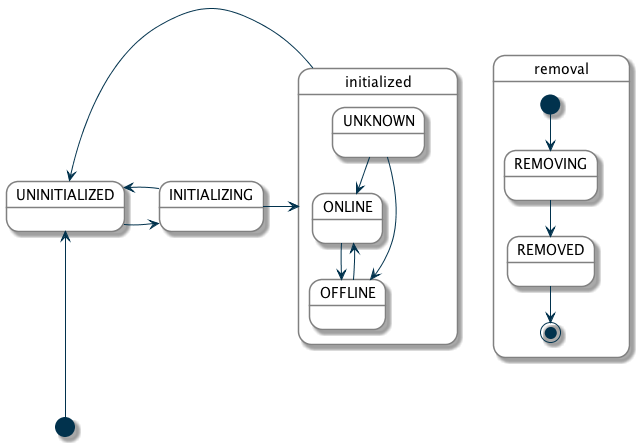
Earlier version of the PlantUML export docs/documentation/concepts/diagrams/status_transitions.png (eclipse-archived/smarthome).
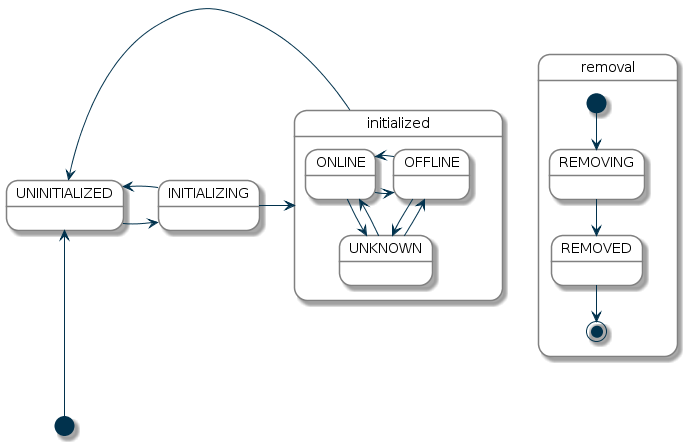
The same file after the commit.

Commit message:
adapt diagram to dropped restriction on thing status transitions

relates to #3393

What changed in the source:
```diff
@@ -1,4 +1,5 @@
 @startuml
+
 skinparam state {
   BackgroundColor White
   BorderColor Grey
@@ -12,10 +13,12 @@
 INITIALIZING -right-> initialized
 
 state initialized {
+ ONLINE -right-> OFFLINE
+ ONLINE --> UNKNOWN
+ OFFLINE -left-> ONLINE
+ OFFLINE --> UNKNOWN
  UNKNOWN --> ONLINE
  UNKNOWN --> OFFLINE
- ONLINE --> OFFLINE
- OFFLINE --> ONLINE
 }
 
 initialized -left-> UNINITIALIZED
```
